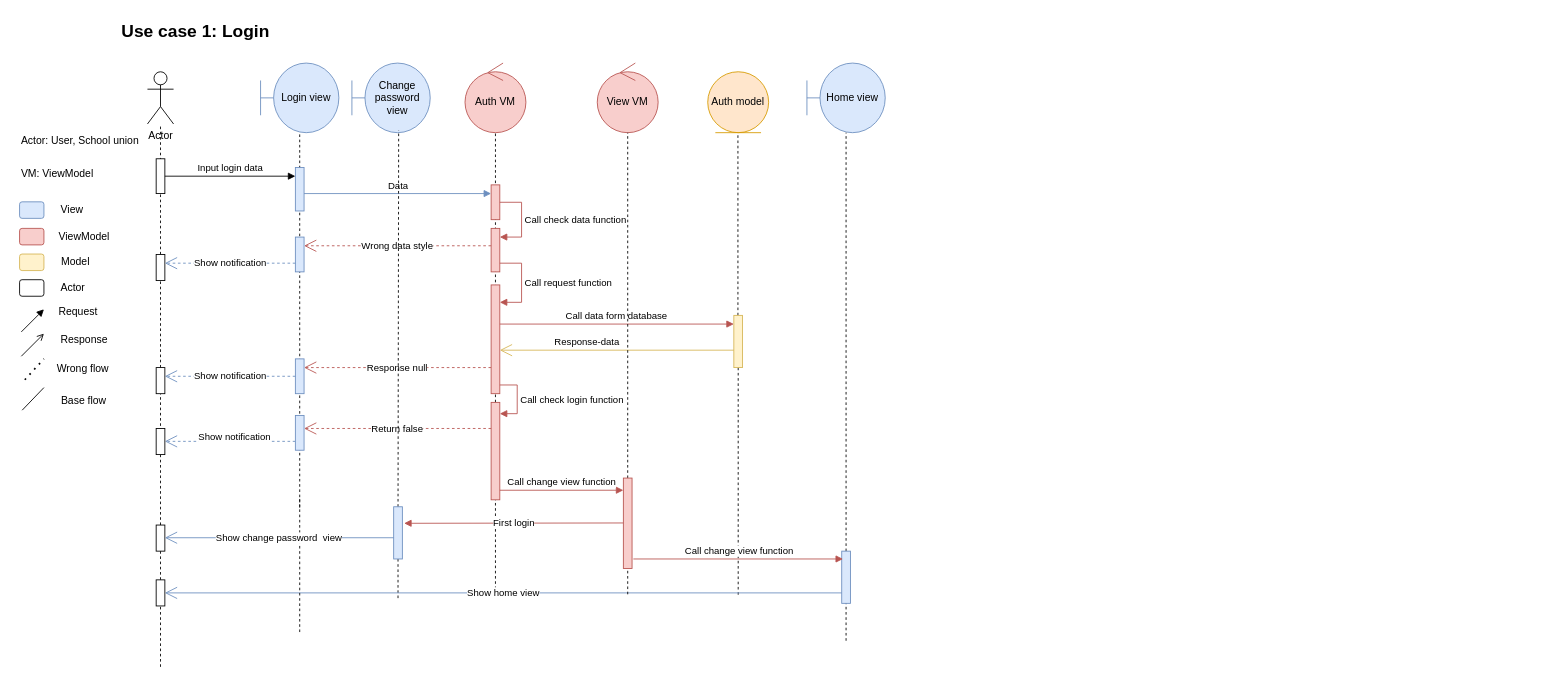
The draw.io diagram page "Login" (3 of 26) of Diagram.drawio in DnhTrn/finall_project, before the edit. Source tidied: cells renumbered, new cells numbered last; positions are measured from the earlier drawing's top-left corner, leaving out a move shared by most shapes. Both pictures are drawn from the tidied source at 87%, with x=0, y=0 at pixel (18, 15).
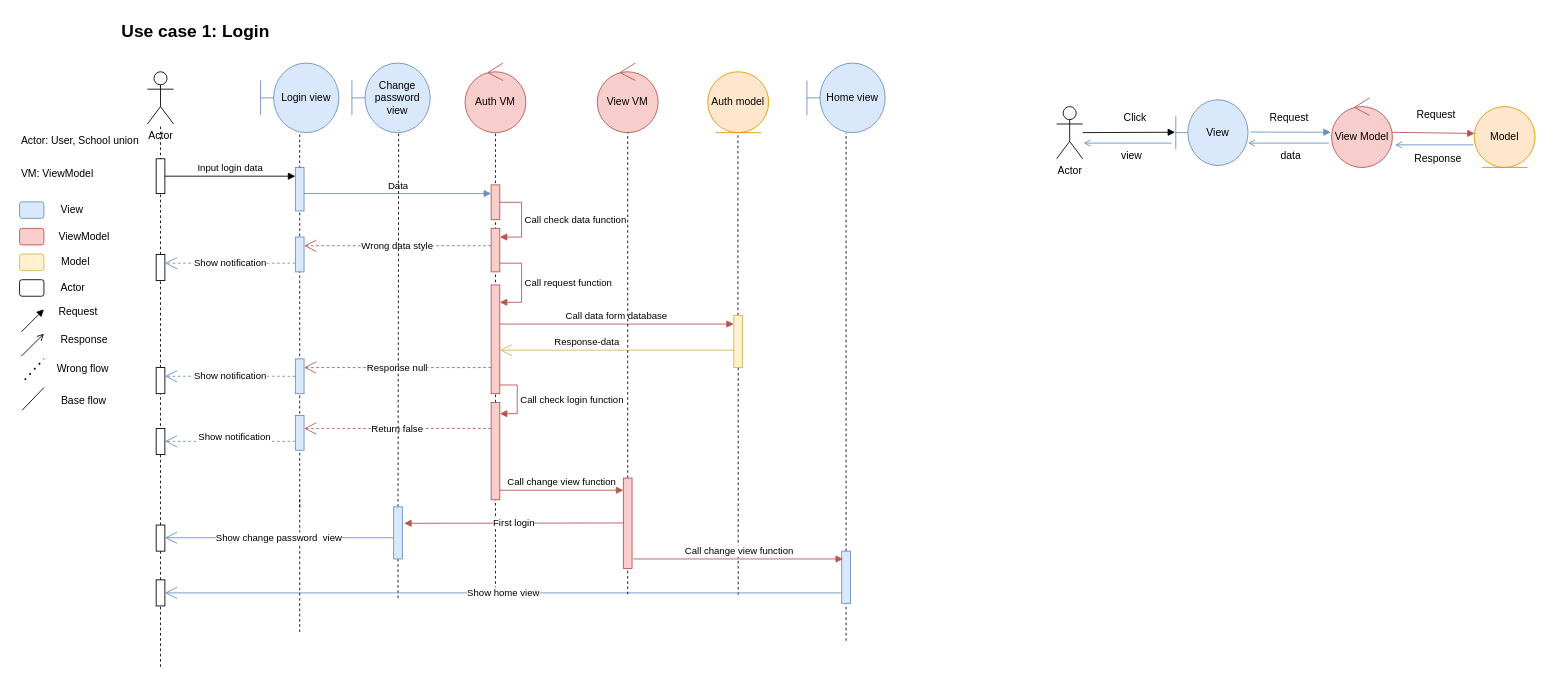
Above is the later version.

Commit message:
Cập nhật Diagram.drawio

What changed in the source:
```diff
@@
+    <mxCell id="82" value="Actor" style="shape=umlActor;verticalLabelPosition=bottom;verticalAlign=top;html=1;" parent="1" vertex="1">
+      <mxGeometry x="1193" y="105" width="30" height="60" as="geometry" />
+    </mxCell>
+    <mxCell id="83" value="View" style="shape=umlBoundary;whiteSpace=wrap;html=1;fillColor=#dae8fc;strokeColor=#6c8ebf;" parent="1" vertex="1">
+      <mxGeometry x="1330" y="97.2" width="83" height="75.5" as="geometry" />
+    </mxCell>
+    <mxCell id="84" value="&lt;font color=&quot;#010203&quot;&gt;Model&lt;/font&gt;" style="ellipse;shape=umlEntity;whiteSpace=wrap;html=1;fillColor=#ffe6cc;strokeColor=#d79b00;" parent="1" vertex="1">
+      <mxGeometry x="1673" y="105" width="70" height="70" as="geometry" />
+    </mxCell>
+    <mxCell id="85" value="View Model" style="ellipse;shape=umlControl;whiteSpace=wrap;html=1;fillColor=#f8cecc;strokeColor=#b85450;" parent="1" vertex="1">
+      <mxGeometry x="1509" y="95" width="70" height="80" as="geometry" />
+    </mxCell>
+    <mxCell id="86" style="html=1;verticalAlign=bottom;endArrow=block;curved=0;rounded=0;fillColor=#f8cecc;strokeColor=#000000;entryX=-0.009;entryY=0.494;entryDx=0;entryDy=0;entryPerimeter=0;" parent="1" edge="1" source="82" target="83">
+      <mxGeometry x="0.02" relative="1" as="geometry" />
+    </mxCell>
+    <mxCell id="87" value="Click" style="text;html=1;align=center;verticalAlign=middle;strokeColor=none;fillColor=none;" parent="1" vertex="1">
+      <mxGeometry x="1261" y="105" width="44" height="26" as="geometry" />
+    </mxCell>
+    <mxCell id="88" style="html=1;verticalAlign=bottom;endArrow=block;curved=0;rounded=0;fillColor=#dae8fc;strokeColor=#6c8ebf;entryX=-0.012;entryY=0.494;entryDx=0;entryDy=0;entryPerimeter=0;" parent="1" edge="1" target="85">
+      <mxGeometry x="0.02" relative="1" as="geometry">
+        <mxPoint x="1416" y="134.3" as="sourcePoint" />
+      </mxGeometry>
+    </mxCell>
+    <mxCell id="89" style="html=1;verticalAlign=bottom;endArrow=block;curved=0;rounded=0;fillColor=#f8cecc;strokeColor=#b85450;entryX=0.007;entryY=0.441;entryDx=0;entryDy=0;entryPerimeter=0;exitX=0.997;exitY=0.495;exitDx=0;exitDy=0;exitPerimeter=0;" parent="1" edge="1" source="85" target="84">
+      <mxGeometry x="0.02" relative="1" as="geometry" />
+    </mxCell>
+    <mxCell id="90" style="html=1;verticalAlign=bottom;endArrow=open;curved=0;rounded=0;fillColor=#dae8fc;strokeColor=#6c8ebf;endFill=0;" parent="1" edge="1">
+      <mxGeometry x="0.02" relative="1" as="geometry">
+        <mxPoint x="1325" y="147" as="sourcePoint" />
+        <mxPoint x="1224" y="147" as="targetPoint" />
+      </mxGeometry>
+    </mxCell>
+    <mxCell id="91" style="html=1;verticalAlign=bottom;endArrow=open;curved=0;rounded=0;fillColor=#dae8fc;strokeColor=#6c8ebf;endFill=0;exitX=0.043;exitY=0.663;exitDx=0;exitDy=0;exitPerimeter=0;" parent="1" edge="1">
+      <mxGeometry x="0.02" relative="1" as="geometry">
+        <mxPoint x="1506" y="147" as="sourcePoint" />
+        <mxPoint x="1413" y="147" as="targetPoint" />
+      </mxGeometry>
+    </mxCell>
+    <mxCell id="92" style="html=1;verticalAlign=bottom;endArrow=open;curved=0;rounded=0;fillColor=#dae8fc;strokeColor=#6c8ebf;endFill=0;exitX=0.043;exitY=0.663;exitDx=0;exitDy=0;exitPerimeter=0;" parent="1" edge="1">
+      <mxGeometry x="0.02" relative="1" as="geometry">
+        <mxPoint x="1672" y="149" as="sourcePoint" />
+        <mxPoint x="1582" y="149" as="targetPoint" />
+      </mxGeometry>
+    </mxCell>
+    <mxCell id="93" value="view" style="text;html=1;align=center;verticalAlign=middle;strokeColor=none;fillColor=none;" parent="1" vertex="1">
+      <mxGeometry x="1258" y="149" width="42" height="26" as="geometry" />
+    </mxCell>
+    <mxCell id="94" value="Request" style="text;html=1;align=center;verticalAlign=middle;strokeColor=none;fillColor=none;" parent="1" vertex="1">
+      <mxGeometry x="1428" y="105" width="63" height="26" as="geometry" />
+    </mxCell>
+    <mxCell id="95" value="Request" style="text;html=1;align=center;verticalAlign=middle;strokeColor=none;fillColor=none;" parent="1" vertex="1">
+      <mxGeometry x="1597" y="102" width="63" height="26" as="geometry" />
+    </mxCell>
+    <mxCell id="96" value="Response" style="text;html=1;align=center;verticalAlign=middle;strokeColor=none;fillColor=none;" parent="1" vertex="1">
+      <mxGeometry x="1595" y="152" width="72" height="26" as="geometry" />
+    </mxCell>
+    <mxCell id="97" value="data" style="text;html=1;align=center;verticalAlign=middle;strokeColor=none;fillColor=none;" parent="1" vertex="1">
+      <mxGeometry x="1441" y="149" width="41" height="26" as="geometry" />
+    </mxCell>
```
